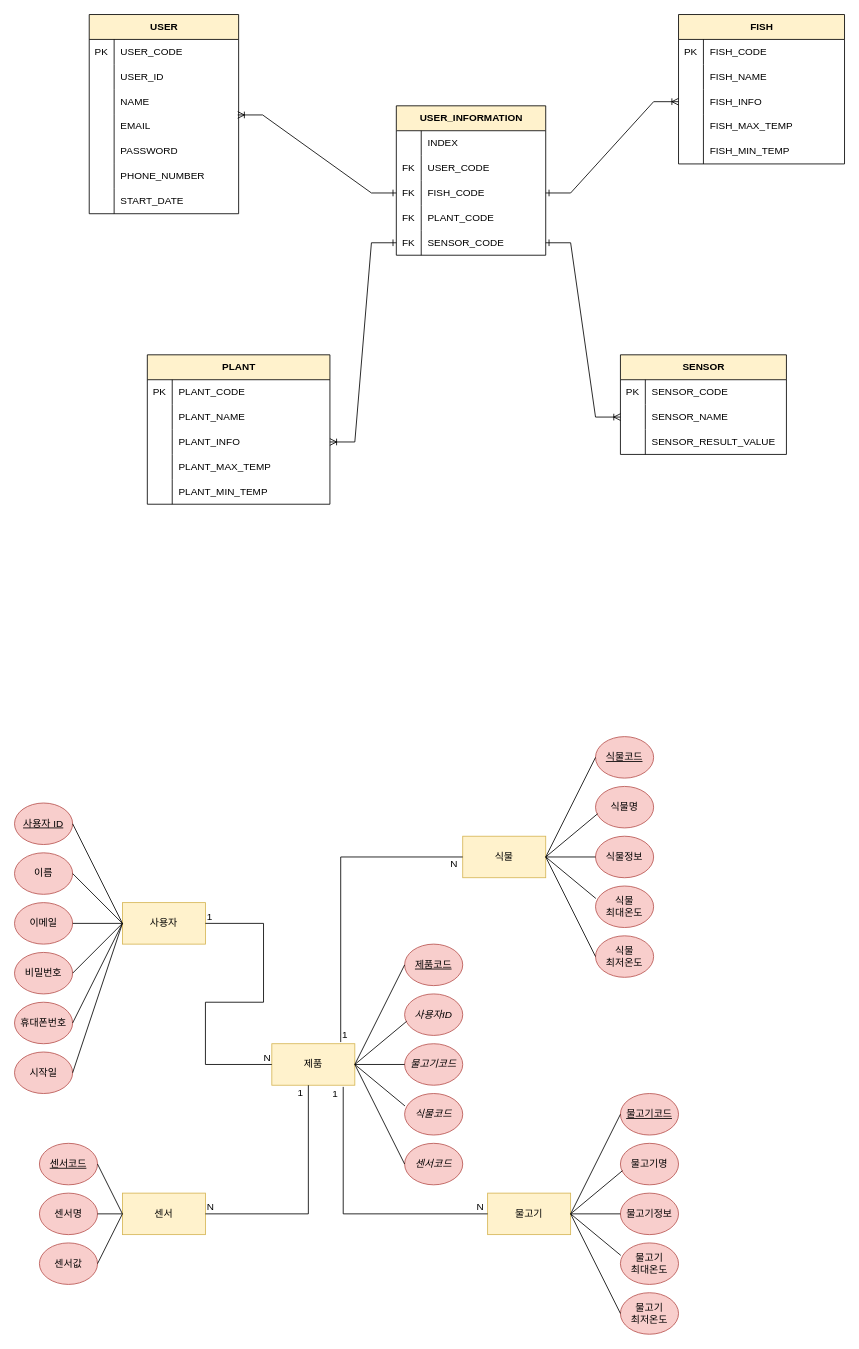
The draw.io diagram 제목 없는 다이어그램.drawio in hayarobyjy/JY_Code, before the edit. Source tidied: cells renumbered, new cells numbered last; positions are measured from the earlier drawing's top-left corner, leaving out a move shared by most shapes. Both pictures are drawn from the tidied source at 83%, with x=0, y=0 at pixel (14, 14).
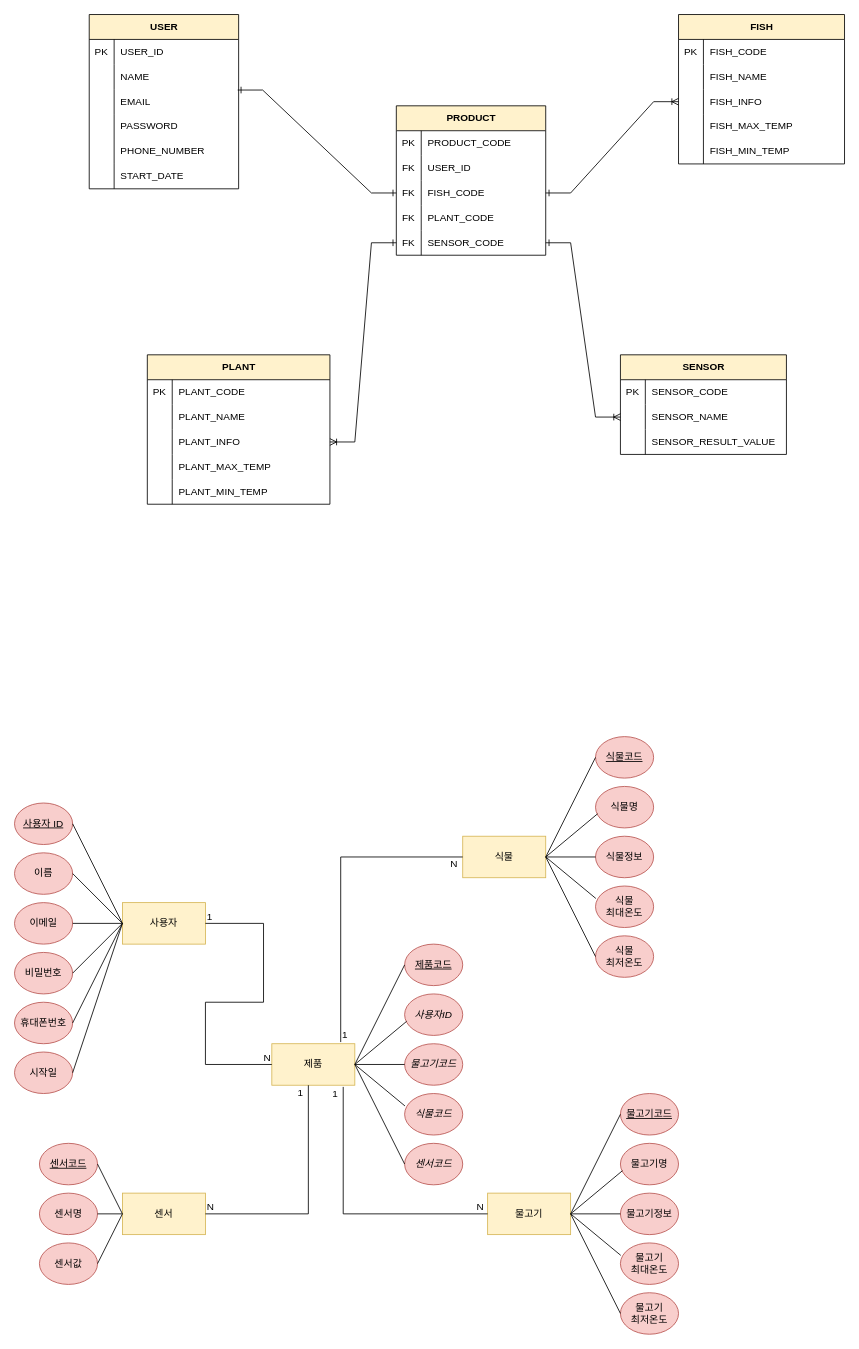
The same page after the edit.

Commit message (it also covers changes not shown here):
제목 없는 다이어그램.drawio 업데이트

Unchanged cells that the change refers to:
```xml
<mxCell id="67" style="shape=tableRow;horizontal=0;startSize=0;swimlaneHead=0;swimlaneBody=0;fillColor=none;top=0;left=0;right=0;bottom=0;strokeColor=default;" parent="66" vertex="1">
  <mxGeometry y="30" width="180" height="30" as="geometry" />
</mxCell>
<mxCell id="70" style="shape=tableRow;horizontal=0;startSize=0;swimlaneHead=0;swimlaneBody=0;fillColor=none;top=0;left=0;right=0;bottom=0;strokeColor=default;" parent="66" vertex="1">
  <mxGeometry y="60" width="180" height="30" as="geometry" />
</mxCell>
<mxCell id="73" style="shape=tableRow;horizontal=0;startSize=0;swimlaneHead=0;swimlaneBody=0;fillColor=none;points=[[0,0.5],[1,0.5]];portConstraint=eastwest;top=0;left=0;right=0;bottom=0;strokeColor=default;" parent="66" vertex="1">
  <mxGeometry y="90" width="180" height="30" as="geometry" />
</mxCell>
```

The edit, as a diff of the source:
```diff
@@
     <mxCell id="2" value="USER" style="shape=table;startSize=30;childLayout=tableLayout;rowLines=0;fontStyle=1;align=center;html=1;fillColor=#fff2cc;strokeColor=#000000;" parent="1" vertex="1">
-      <mxGeometry x="90" width="180" height="240" as="geometry" />
+      <mxGeometry x="90" width="180" height="210" as="geometry" />
     </mxCell>
-    <mxCell id="3" style="shape=tableRow;horizontal=0;startSize=0;swimlaneHead=0;swimlaneBody=0;fillColor=none;top=0;left=0;right=0;bottom=0;" parent="2" vertex="1">
-      <mxGeometry y="30" width="180" height="30" as="geometry" />
-    </mxCell>
-    <mxCell id="4" value="PK" style="shape=partialRectangle;fillColor=none;top=0;left=0;bottom=0;right=0;overflow=hidden;whiteSpace=wrap;html=1;" parent="3" vertex="1">
-      <mxGeometry width="30" height="30" as="geometry" />
-    </mxCell>
-    <mxCell id="5" value="USER_CODE" style="shape=partialRectangle;fillColor=none;top=0;left=0;bottom=0;right=0;align=left;spacingLeft=6;overflow=hidden;whiteSpace=wrap;html=1;" parent="3" vertex="1">
-      <mxGeometry x="30" width="150" height="30" as="geometry" />
-    </mxCell>
     <mxCell id="6" style="shape=tableRow;horizontal=0;startSize=0;swimlaneHead=0;swimlaneBody=0;fillColor=none;top=0;left=0;right=0;bottom=0;" parent="2" vertex="1">
-      <mxGeometry y="60" width="180" height="30" as="geometry" />
+      <mxGeometry y="30" width="180" height="30" as="geometry" />
     </mxCell>
-    <mxCell id="7" style="shape=partialRectangle;fillColor=none;top=0;left=0;bottom=0;right=0;overflow=hidden;whiteSpace=wrap;html=1;" parent="6" vertex="1">
+    <mxCell id="7" value="PK" style="shape=partialRectangle;fillColor=none;top=0;left=0;bottom=0;right=0;overflow=hidden;whiteSpace=wrap;html=1;" parent="6" vertex="1">
       <mxGeometry width="30" height="30" as="geometry" />
     </mxCell>
@@
     <mxCell id="9" style="shape=tableRow;horizontal=0;startSize=0;swimlaneHead=0;swimlaneBody=0;fillColor=none;top=0;left=0;right=0;bottom=0;" parent="2" vertex="1">
-      <mxGeometry y="90" width="180" height="30" as="geometry" />
+      <mxGeometry y="60" width="180" height="30" as="geometry" />
     </mxCell>
@@
     <mxCell id="12" style="shape=tableRow;horizontal=0;startSize=0;swimlaneHead=0;swimlaneBody=0;fillColor=none;points=[[0,0.5],[1,0.5]];portConstraint=eastwest;top=0;left=0;right=0;bottom=0;" parent="2" vertex="1">
-      <mxGeometry y="120" width="180" height="30" as="geometry" />
+      <mxGeometry y="90" width="180" height="30" as="geometry" />
     </mxCell>
@@
     <mxCell id="15" style="shape=tableRow;horizontal=0;startSize=0;swimlaneHead=0;swimlaneBody=0;fillColor=none;top=0;left=0;right=0;bottom=0;" parent="2" vertex="1">
-      <mxGeometry y="150" width="180" height="30" as="geometry" />
+      <mxGeometry y="120" width="180" height="30" as="geometry" />
     </mxCell>
@@
     <mxCell id="18" style="shape=tableRow;horizontal=0;startSize=0;swimlaneHead=0;swimlaneBody=0;fillColor=none;top=0;left=0;right=0;bottom=0;" parent="2" vertex="1">
-      <mxGeometry y="180" width="180" height="30" as="geometry" />
+      <mxGeometry y="150" width="180" height="30" as="geometry" />
     </mxCell>
@@
     <mxCell id="21" style="shape=tableRow;horizontal=0;startSize=0;swimlaneHead=0;swimlaneBody=0;fillColor=none;top=0;left=0;right=0;bottom=0;" parent="2" vertex="1">
-      <mxGeometry y="210" width="180" height="30" as="geometry" />
+      <mxGeometry y="180" width="180" height="30" as="geometry" />
     </mxCell>
@@
-    <mxCell id="66" value="USER_INFORMATION" style="shape=table;startSize=30;childLayout=tableLayout;rowLines=0;fontStyle=1;align=center;html=1;strokeColor=#000000;verticalAlign=middle;strokeWidth=1;swimlaneLine=1;rounded=0;fillColor=#fff2cc;swimlaneFillColor=default;" parent="1" vertex="1">
+    <mxCell id="66" value="PRODUCT" style="shape=table;startSize=30;childLayout=tableLayout;rowLines=0;fontStyle=1;align=center;html=1;strokeColor=#000000;verticalAlign=middle;strokeWidth=1;swimlaneLine=1;rounded=0;fillColor=#fff2cc;swimlaneFillColor=default;" parent="1" vertex="1">
       <mxGeometry x="460" y="110" width="180" height="180" as="geometry" />
     </mxCell>
@@
-    <mxCell id="68" style="shape=partialRectangle;fillColor=none;top=0;left=0;bottom=0;right=0;overflow=hidden;whiteSpace=wrap;html=1;" parent="67" vertex="1">
+    <mxCell id="68" value="PK" style="shape=partialRectangle;fillColor=none;top=0;left=0;bottom=0;right=0;overflow=hidden;whiteSpace=wrap;html=1;" parent="67" vertex="1">
       <mxGeometry width="30" height="30" as="geometry" />
     </mxCell>
-    <mxCell id="69" value="INDEX" style="shape=partialRectangle;fillColor=none;top=0;left=0;bottom=0;right=0;align=left;spacingLeft=6;overflow=hidden;whiteSpace=wrap;html=1;" parent="67" vertex="1">
+    <mxCell id="69" value="PRODUCT_CODE" style="shape=partialRectangle;fillColor=none;top=0;left=0;bottom=0;right=0;align=left;spacingLeft=6;overflow=hidden;whiteSpace=wrap;html=1;" parent="67" vertex="1">
       <mxGeometry x="30" width="150" height="30" as="geometry" />
     </mxCell>
@@
-    <mxCell id="72" value="USER_CODE" style="shape=partialRectangle;fillColor=none;top=0;left=0;bottom=0;right=0;align=left;spacingLeft=6;overflow=hidden;whiteSpace=wrap;html=1;" parent="70" vertex="1">
+    <mxCell id="72" value="USER_ID" style="shape=partialRectangle;fillColor=none;top=0;left=0;bottom=0;right=0;align=left;spacingLeft=6;overflow=hidden;whiteSpace=wrap;html=1;" parent="70" vertex="1">
       <mxGeometry x="30" width="150" height="30" as="geometry" />
     </mxCell>
@@
-    <mxCell id="82" style="edgeStyle=entityRelationEdgeStyle;fontSize=12;html=1;endArrow=ERoneToMany;rounded=0;entryX=0.994;entryY=0.033;entryDx=0;entryDy=0;entryPerimeter=0;exitX=0;exitY=0.5;exitDx=0;exitDy=0;startArrow=ERone;startFill=0;" parent="1" edge="1" source="73" target="12">
+    <mxCell id="82" style="edgeStyle=entityRelationEdgeStyle;fontSize=12;html=1;endArrow=ERone;rounded=0;entryX=0.994;entryY=0.033;entryDx=0;entryDy=0;entryPerimeter=0;exitX=0;exitY=0.5;exitDx=0;exitDy=0;startArrow=ERone;startFill=0;endFill=0;" parent="1" edge="1" source="73" target="12">
       <mxGeometry relative="1" as="geometry" />
     </mxCell>
```
